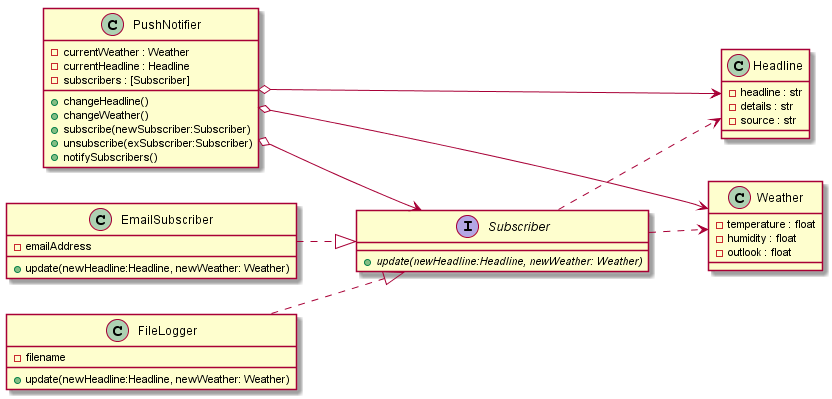
The PlantUML diagram Markdown Lecture Notes and Lab Exercises/uml/observerexample.png in HowDoIGitHelp/CMSC23MDNotes, before a commit. Its diagram source:
```plantuml
@startuml
	left to right direction
  interface Subscriber{
    + {abstract} update(newHeadline:Headline, newWeather: Weather)
  }

  class PushNotifier{
    - currentWeather : Weather
    - currentHeadline : Headline
    - subscribers : [Subscriber]
    + changeHeadline()
    + changeWeather()
    + subscribe(newSubscriber:Subscriber)
    + unsubscribe(exSubscriber:Subscriber)
    + notifySubscribers()
  }

  class Weather{
    - temperature : float
    - humidity : float
    - outlook : float
  }

  class Headline{
    - headline : str
    - details : str
    - source : str
  }

  class EmailSubscriber{
		- emailAddress
    + update(newHeadline:Headline, newWeather: Weather)
  }

  class FileLogger{
		- filename
    + update(newHeadline:Headline, newWeather: Weather)
  }

  EmailSubscriber ..|> Subscriber
  FileLogger ..|> Subscriber
  PushNotifier o--> Subscriber
  PushNotifier o--> Weather
  PushNotifier o--> Headline
	Subscriber ..> Weather
	Subscriber ..> Headline
@enduml
```
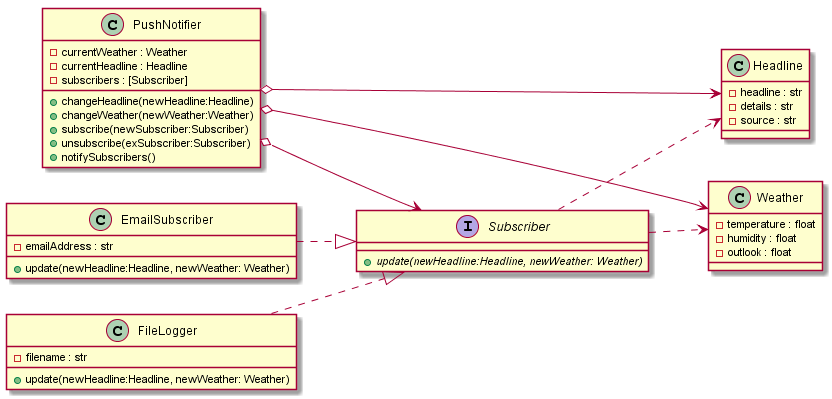
Above is the later version.

What changed in the source:
```diff
@@ -8,8 +8,8 @@
     - currentWeather : Weather
     - currentHeadline : Headline
     - subscribers : [Subscriber]
-    + changeHeadline()
-    + changeWeather()
+    + changeHeadline(newHeadline:Headline)
+    + changeWeather(newWeather:Weather)
     + subscribe(newSubscriber:Subscriber)
     + unsubscribe(exSubscriber:Subscriber)
     + notifySubscribers()
@@ -28,12 +28,12 @@
   }
 
   class EmailSubscriber{
-		- emailAddress
+	 - emailAddress : str
     + update(newHeadline:Headline, newWeather: Weather)
   }
 
   class FileLogger{
-		- filename
+	 - filename : str
     + update(newHeadline:Headline, newWeather: Weather)
   }
 
```
